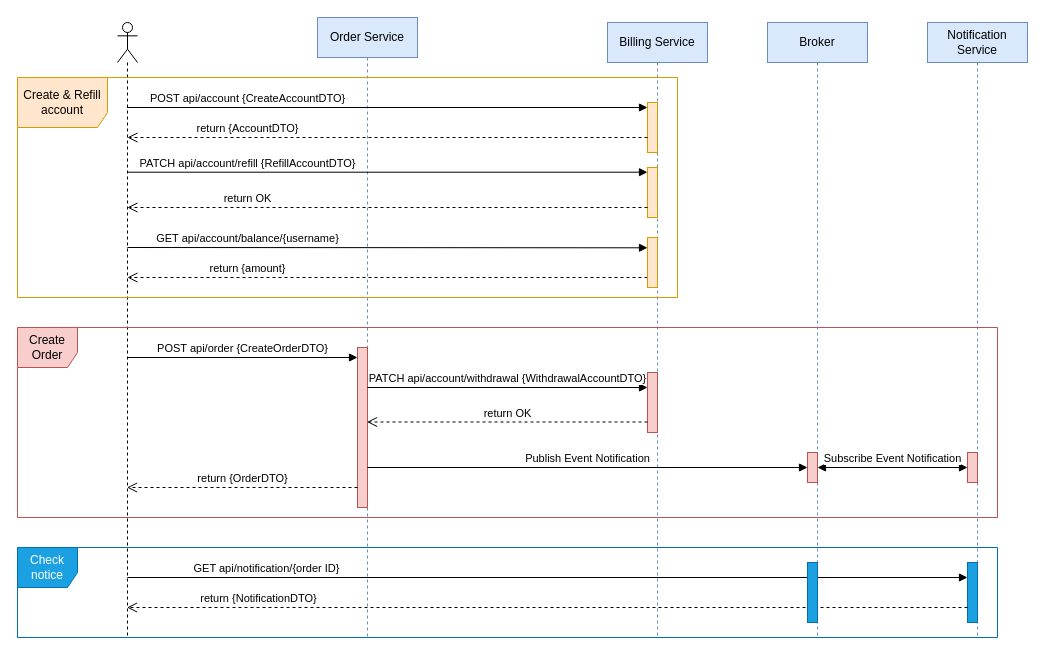
ggoofie/otus-microservices-hw7 keeps this draw.io diagram as architecture-schemes/HTTP_notice_async-scheme.drawio. Above is the earlier version. Source tidied: cells renumbered, new cells numbered last; positions are measured from the earlier drawing's top-left corner, leaving out a move shared by most shapes. Both pictures are drawn from the tidied source at 100%, with x=0, y=0 at pixel (17, 17).
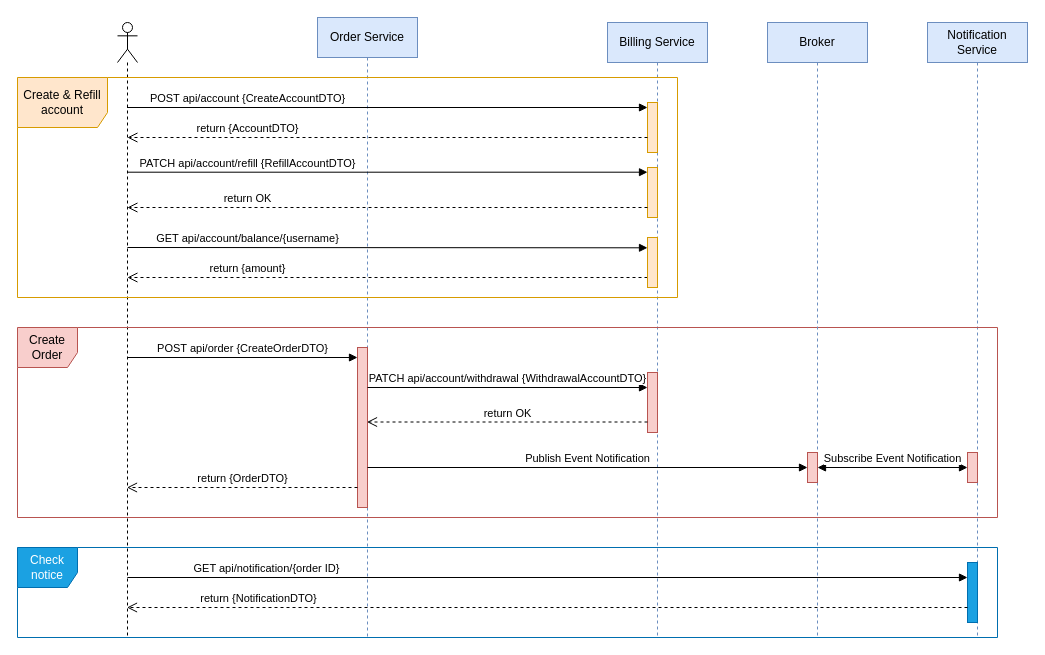
The same diagram, later.

Commit message (it also covers changes not shown here):
Update arch shemes

Unchanged cells that the change refers to:
```xml
<mxCell id="29" value="Broker" style="shape=umlLifeline;perimeter=lifelinePerimeter;whiteSpace=wrap;html=1;newEdgeStyle={&quot;curved&quot;:0,&quot;rounded&quot;:0};fillColor=#dae8fc;strokeColor=#6c8ebf;" parent="1" vertex="1">
  <mxGeometry x="750" y="5" width="100" height="615" as="geometry" />
</mxCell>
```

What changed in the source:
```diff
@@
-    <mxCell id="31" style="html=1;perimeter=orthogonalPerimeter;targetShapes=umlLifeline;newEdgeStyle={&quot;curved&quot;:0,&quot;rounded&quot;:0};fillColor=#1ba1e2;strokeColor=#006EAF;fontColor=#ffffff;" parent="29" vertex="1">
-      <mxGeometry x="40" y="540" width="10" height="60" as="geometry" />
-    </mxCell>
```
